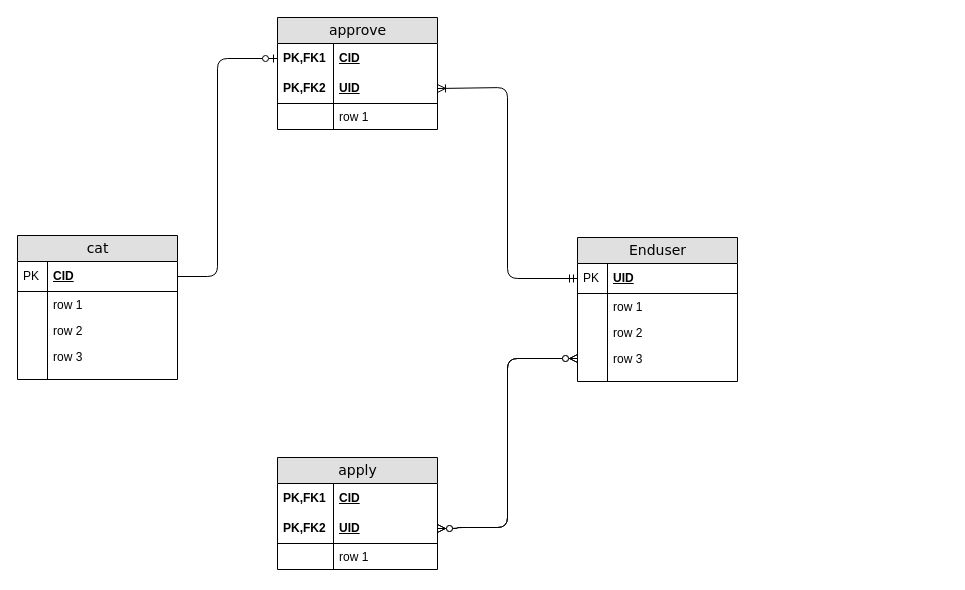
The draw.io diagram 未命名绘图.drawio in treetree17/Miao, before the edit. Source tidied: cells renumbered, new cells numbered last; positions are measured from the earlier drawing's top-left corner, leaving out a move shared by most shapes. Both pictures are drawn from the tidied source at 100%, with x=0, y=0 at pixel (17, 17).
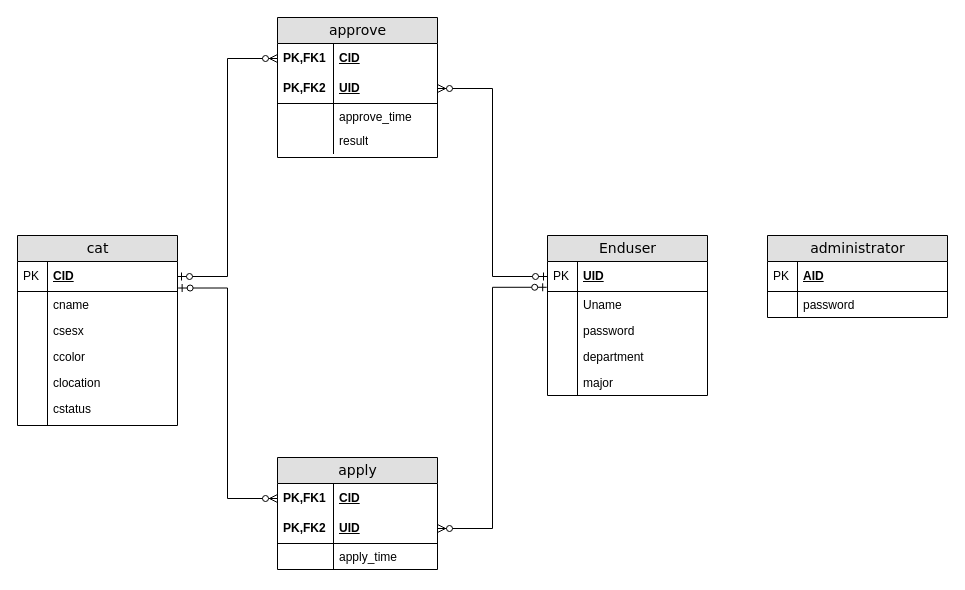
After the change.

Commit message (it also covers changes not shown here):
更新未命名绘图.drawio

Unchanged cells that the change refers to:
```xml
<mxCell id="3" value="CID" style="shape=partialRectangle;top=0;left=0;right=0;bottom=0;html=1;align=left;verticalAlign=middle;fillColor=none;spacingLeft=60;spacingRight=4;whiteSpace=wrap;overflow=hidden;points=[[0,0.5],[1,0.5]];portConstraint=eastwest;fontStyle=5;" parent="2" vertex="1">
  <mxGeometry y="26" width="160" height="30" as="geometry" />
</mxCell>
<mxCell id="5" value="UID" style="shape=partialRectangle;top=0;left=0;right=0;bottom=1;html=1;align=left;verticalAlign=middle;fillColor=none;spacingLeft=60;spacingRight=4;whiteSpace=wrap;overflow=hidden;points=[[0,0.5],[1,0.5]];portConstraint=eastwest;fontStyle=5;" parent="2" vertex="1">
  <mxGeometry y="56" width="160" height="30" as="geometry" />
</mxCell>
<mxCell id="10" value="UID" style="shape=partialRectangle;top=0;left=0;right=0;bottom=1;html=1;align=left;verticalAlign=middle;fillColor=none;spacingLeft=34;spacingRight=4;whiteSpace=wrap;overflow=hidden;points=[[0,0.5],[1,0.5]];portConstraint=eastwest;fontStyle=5;" parent="9" vertex="1">
  <mxGeometry y="26" width="160" height="30" as="geometry" />
</mxCell>
<mxCell id="20" value="apply" style="swimlane;html=1;fontStyle=0;horizontal=1;startSize=26;fillColor=#e0e0e0;swimlaneFillColor=#ffffff;align=center;rounded=0;shadow=0;comic=0;labelBackgroundColor=none;strokeWidth=1;fontFamily=Verdana;fontSize=14;" parent="1" vertex="1">
  <mxGeometry x="260" y="440" width="160" height="112" as="geometry" />
</mxCell>
<mxCell id="21" value="CID" style="shape=partialRectangle;top=0;left=0;right=0;bottom=0;html=1;align=left;verticalAlign=middle;fillColor=none;spacingLeft=60;spacingRight=4;whiteSpace=wrap;overflow=hidden;points=[[0,0.5],[1,0.5]];portConstraint=eastwest;fontStyle=5;" parent="20" vertex="1">
  <mxGeometry y="26" width="160" height="30" as="geometry" />
</mxCell>
<mxCell id="23" value="UID" style="shape=partialRectangle;top=0;left=0;right=0;bottom=1;html=1;align=left;verticalAlign=middle;fillColor=none;spacingLeft=60;spacingRight=4;whiteSpace=wrap;overflow=hidden;points=[[0,0.5],[1,0.5]];portConstraint=eastwest;fontStyle=5;" parent="20" vertex="1">
  <mxGeometry y="56" width="160" height="30" as="geometry" />
</mxCell>
<mxCell id="30" value="CID" style="shape=partialRectangle;top=0;left=0;right=0;bottom=1;html=1;align=left;verticalAlign=middle;fillColor=none;spacingLeft=34;spacingRight=4;whiteSpace=wrap;overflow=hidden;points=[[0,0.5],[1,0.5]];portConstraint=eastwest;fontStyle=5;" parent="29" vertex="1">
  <mxGeometry y="26" width="160" height="30" as="geometry" />
</mxCell>
```

What changed in the source:
```diff
@@
     <mxCell id="2" value="approve" style="swimlane;html=1;fontStyle=0;horizontal=1;startSize=26;fillColor=#e0e0e0;swimlaneFillColor=#ffffff;align=center;rounded=0;shadow=0;comic=0;labelBackgroundColor=none;strokeWidth=1;fontFamily=Verdana;fontSize=14;" parent="1" vertex="1">
-      <mxGeometry x="260" width="160" height="112" as="geometry" />
+      <mxGeometry x="260" width="160" height="140" as="geometry" />
     </mxCell>
@@
-    <mxCell id="7" value="row 1" style="shape=partialRectangle;top=0;left=0;right=0;bottom=0;html=1;align=left;verticalAlign=top;fillColor=none;spacingLeft=60;spacingRight=4;whiteSpace=wrap;overflow=hidden;" parent="2" vertex="1">
+    <mxCell id="7" value="approve_time&lt;span style=&quot;white-space: pre;&quot;&gt; &lt;/span&gt;&lt;span style=&quot;white-space: pre;&quot;&gt; &lt;/span&gt;&lt;span style=&quot;white-space: pre;&quot;&gt; &lt;/span&gt;&lt;span style=&quot;white-space: pre;&quot;&gt; &lt;/span&gt;&lt;span style=&quot;white-space: pre;&quot;&gt; &lt;/span&gt;&lt;span style=&quot;white-space: pre;&quot;&gt; &lt;/span&gt;&lt;span style=&quot;white-space: pre;&quot;&gt; &lt;/span&gt;&lt;span style=&quot;white-space: pre;&quot;&gt; &lt;/span&gt;&lt;span style=&quot;white-space: pre;&quot;&gt; &lt;/span&gt;&lt;span style=&quot;white-space: pre;&quot;&gt; &lt;/span&gt;&lt;span style=&quot;white-space: pre;&quot;&gt; &lt;/span&gt;&lt;span style=&quot;white-space: pre;&quot;&gt; &lt;/span&gt;&lt;span style=&quot;white-space: pre;&quot;&gt; &lt;/span&gt;&lt;span style=&quot;white-space: pre;&quot;&gt; &lt;/span&gt;&lt;span style=&quot;white-space: pre;&quot;&gt; &lt;/span&gt;&lt;span style=&quot;white-space: pre;&quot;&gt; &lt;/span&gt;&lt;span style=&quot;white-space: pre;&quot;&gt; &lt;/span&gt;&lt;span style=&quot;white-space: pre;&quot;&gt; &lt;/span&gt;&lt;span style=&quot;white-space: pre;&quot;&gt; &lt;/span&gt;&lt;span style=&quot;white-space: pre;&quot;&gt; &lt;/span&gt;&lt;span style=&quot;white-space: pre;&quot;&gt; &lt;/span&gt;&lt;span style=&quot;white-space: pre;&quot;&gt; &lt;/span&gt;&lt;span style=&quot;white-space: pre;&quot;&gt; &lt;/span&gt;&lt;span style=&quot;white-space: pre;&quot;&gt; &lt;/span&gt;&lt;span style=&quot;white-space: pre;&quot;&gt; &lt;/span&gt;&lt;span style=&quot;white-space: pre;&quot;&gt; &lt;/span&gt;&lt;span style=&quot;white-space: pre;&quot;&gt; &lt;/span&gt;&lt;span style=&quot;white-space: pre;&quot;&gt; &lt;/span&gt;&lt;span style=&quot;white-space: pre;&quot;&gt; &lt;/span&gt;" style="shape=partialRectangle;top=0;left=0;right=0;bottom=0;html=1;align=left;verticalAlign=top;fillColor=none;spacingLeft=60;spacingRight=4;whiteSpace=wrap;overflow=hidden;" parent="2" vertex="1">
       <mxGeometry y="86" width="160" height="26" as="geometry" />
     </mxCell>
@@
     <mxCell id="9" value="Enduser" style="swimlane;html=1;fontStyle=0;horizontal=1;startSize=26;fillColor=#e0e0e0;swimlaneFillColor=#ffffff;align=center;rounded=0;shadow=0;comic=0;labelBackgroundColor=none;strokeWidth=1;fontFamily=Verdana;fontSize=14;" parent="1" vertex="1">
-      <mxGeometry x="560" y="220" width="160" height="144" as="geometry" />
+      <mxGeometry x="530" y="218" width="160" height="160" as="geometry" />
     </mxCell>
@@
-    <mxCell id="12" value="row 1" style="shape=partialRectangle;top=0;left=0;right=0;bottom=0;html=1;align=left;verticalAlign=top;fillColor=none;spacingLeft=34;spacingRight=4;whiteSpace=wrap;overflow=hidden;" parent="9" vertex="1">
+    <mxCell id="12" value="Uname" style="shape=partialRectangle;top=0;left=0;right=0;bottom=0;html=1;align=left;verticalAlign=top;fillColor=none;spacingLeft=34;spacingRight=4;whiteSpace=wrap;overflow=hidden;" parent="9" vertex="1">
       <mxGeometry y="56" width="160" height="26" as="geometry" />
     </mxCell>
@@
-    <mxCell id="14" value="row 2" style="shape=partialRectangle;top=0;left=0;right=0;bottom=0;html=1;align=left;verticalAlign=top;fillColor=none;spacingLeft=34;spacingRight=4;whiteSpace=wrap;overflow=hidden;" parent="9" vertex="1">
+    <mxCell id="14" value="password" style="shape=partialRectangle;top=0;left=0;right=0;bottom=0;html=1;align=left;verticalAlign=top;fillColor=none;spacingLeft=34;spacingRight=4;whiteSpace=wrap;overflow=hidden;" parent="9" vertex="1">
       <mxGeometry y="82" width="160" height="26" as="geometry" />
     </mxCell>
@@
-    <mxCell id="16" value="row 3" style="shape=partialRectangle;top=0;left=0;right=0;bottom=0;html=1;align=left;verticalAlign=top;fillColor=none;spacingLeft=34;spacingRight=4;whiteSpace=wrap;overflow=hidden;points=[[0,0.5],[1,0.5]];portConstraint=eastwest;" parent="9" vertex="1">
+    <mxCell id="16" value="department" style="shape=partialRectangle;top=0;left=0;right=0;bottom=0;html=1;align=left;verticalAlign=top;fillColor=none;spacingLeft=34;spacingRight=4;whiteSpace=wrap;overflow=hidden;points=[[0,0.5],[1,0.5]];portConstraint=eastwest;" parent="9" vertex="1">
       <mxGeometry y="108" width="160" height="26" as="geometry" />
     </mxCell>
@@
-    <mxCell id="18" style="shape=partialRectangle;top=0;left=0;right=0;bottom=0;html=1;align=left;verticalAlign=top;fillColor=none;spacingLeft=34;spacingRight=4;whiteSpace=wrap;overflow=hidden;" parent="9" vertex="1">
-      <mxGeometry y="134" width="160" height="10" as="geometry" />
-    </mxCell>
-    <mxCell id="19" style="shape=partialRectangle;top=0;left=0;bottom=0;html=1;fillColor=none;align=left;verticalAlign=top;spacingLeft=4;spacingRight=4;whiteSpace=wrap;overflow=hidden;" parent="18" vertex="1">
-      <mxGeometry width="30" height="10" as="geometry" />
-    </mxCell>
+    <mxCell id="42" value="major" style="shape=partialRectangle;top=0;left=0;right=0;bottom=0;html=1;align=left;verticalAlign=top;fillColor=none;spacingLeft=34;spacingRight=4;whiteSpace=wrap;overflow=hidden;" parent="9" vertex="1">
+      <mxGeometry y="134" width="160" height="26" as="geometry" />
+    </mxCell>
+    <mxCell id="43" style="shape=partialRectangle;top=0;left=0;bottom=0;html=1;fillColor=none;align=left;verticalAlign=top;spacingLeft=4;spacingRight=4;whiteSpace=wrap;overflow=hidden;" parent="42" vertex="1">
+      <mxGeometry width="30" height="26" as="geometry" />
+    </mxCell>
@@
-    <mxCell id="25" value="row 1" style="shape=partialRectangle;top=0;left=0;right=0;bottom=0;html=1;align=left;verticalAlign=top;fillColor=none;spacingLeft=60;spacingRight=4;whiteSpace=wrap;overflow=hidden;" parent="20" vertex="1">
+    <mxCell id="25" value="apply_time" style="shape=partialRectangle;top=0;left=0;right=0;bottom=0;html=1;align=left;verticalAlign=top;fillColor=none;spacingLeft=60;spacingRight=4;whiteSpace=wrap;overflow=hidden;" parent="20" vertex="1">
       <mxGeometry y="86" width="160" height="26" as="geometry" />
     </mxCell>
@@
-    <mxCell id="27" style="edgeStyle=orthogonalEdgeStyle;html=1;endArrow=ERoneToMany;startArrow=ERmandOne;labelBackgroundColor=none;fontFamily=Verdana;fontSize=14;exitX=0;exitY=0.5;entryX=1;entryY=0.5;entryDx=0;entryDy=0;" parent="1" edge="1" source="10" target="5">
-      <mxGeometry relative="1" as="geometry">
-        <Array as="points">
-          <mxPoint x="490" y="261" />
-          <mxPoint x="490" y="70" />
-        </Array>
-      </mxGeometry>
-    </mxCell>
-    <mxCell id="28" style="edgeStyle=orthogonalEdgeStyle;html=1;endArrow=ERzeroToMany;endFill=1;startArrow=ERzeroToMany;labelBackgroundColor=none;fontFamily=Verdana;fontSize=14;entryX=0;entryY=0.5;exitX=1;exitY=0.5;exitDx=0;exitDy=0;" parent="1" edge="1" source="23" target="16">
-      <mxGeometry relative="1" as="geometry">
-        <Array as="points">
-          <mxPoint x="440" y="511" />
-          <mxPoint x="440" y="510" />
-          <mxPoint x="490" y="510" />
-          <mxPoint x="490" y="341" />
-        </Array>
-      </mxGeometry>
-    </mxCell>
     <mxCell id="29" value="cat" style="swimlane;html=1;fontStyle=0;horizontal=1;startSize=26;fillColor=#e0e0e0;swimlaneFillColor=#ffffff;align=center;rounded=0;shadow=0;comic=0;labelBackgroundColor=none;strokeWidth=1;fontFamily=Verdana;fontSize=14;" parent="1" vertex="1">
-      <mxGeometry y="218" width="160" height="144" as="geometry" />
+      <mxGeometry y="218" width="160" height="190" as="geometry" />
     </mxCell>
@@
-    <mxCell id="32" value="row 1" style="shape=partialRectangle;top=0;left=0;right=0;bottom=0;html=1;align=left;verticalAlign=top;fillColor=none;spacingLeft=34;spacingRight=4;whiteSpace=wrap;overflow=hidden;" parent="29" vertex="1">
+    <mxCell id="32" value="cname" style="shape=partialRectangle;top=0;left=0;right=0;bottom=0;html=1;align=left;verticalAlign=top;fillColor=none;spacingLeft=34;spacingRight=4;whiteSpace=wrap;overflow=hidden;" parent="29" vertex="1">
       <mxGeometry y="56" width="160" height="26" as="geometry" />
     </mxCell>
@@
-    <mxCell id="34" value="row 2" style="shape=partialRectangle;top=0;left=0;right=0;bottom=0;html=1;align=left;verticalAlign=top;fillColor=none;spacingLeft=34;spacingRight=4;whiteSpace=wrap;overflow=hidden;" parent="29" vertex="1">
+    <mxCell id="34" value="csesx" style="shape=partialRectangle;top=0;left=0;right=0;bottom=0;html=1;align=left;verticalAlign=top;fillColor=none;spacingLeft=34;spacingRight=4;whiteSpace=wrap;overflow=hidden;" parent="29" vertex="1">
       <mxGeometry y="82" width="160" height="26" as="geometry" />
     </mxCell>
@@
-    <mxCell id="36" value="row 3" style="shape=partialRectangle;top=0;left=0;right=0;bottom=0;html=1;align=left;verticalAlign=top;fillColor=none;spacingLeft=34;spacingRight=4;whiteSpace=wrap;overflow=hidden;" parent="29" vertex="1">
+    <mxCell id="36" value="ccolor" style="shape=partialRectangle;top=0;left=0;right=0;bottom=0;html=1;align=left;verticalAlign=top;fillColor=none;spacingLeft=34;spacingRight=4;whiteSpace=wrap;overflow=hidden;" parent="29" vertex="1">
       <mxGeometry y="108" width="160" height="26" as="geometry" />
     </mxCell>
@@
-    <mxCell id="38" style="shape=partialRectangle;top=0;left=0;right=0;bottom=0;html=1;align=left;verticalAlign=top;fillColor=none;spacingLeft=34;spacingRight=4;whiteSpace=wrap;overflow=hidden;" parent="29" vertex="1">
-      <mxGeometry y="134" width="160" height="10" as="geometry" />
-    </mxCell>
-    <mxCell id="39" style="shape=partialRectangle;top=0;left=0;bottom=0;html=1;fillColor=none;align=left;verticalAlign=top;spacingLeft=4;spacingRight=4;whiteSpace=wrap;overflow=hidden;" parent="38" vertex="1">
-      <mxGeometry width="30" height="10" as="geometry" />
-    </mxCell>
+    <mxCell id="44" value="clocation" style="shape=partialRectangle;top=0;left=0;right=0;bottom=0;html=1;align=left;verticalAlign=top;fillColor=none;spacingLeft=34;spacingRight=4;whiteSpace=wrap;overflow=hidden;" parent="29" vertex="1">
+      <mxGeometry y="134" width="160" height="26" as="geometry" />
+    </mxCell>
+    <mxCell id="45" style="shape=partialRectangle;top=0;left=0;bottom=0;html=1;fillColor=none;align=left;verticalAlign=top;spacingLeft=4;spacingRight=4;whiteSpace=wrap;overflow=hidden;" parent="44" vertex="1">
+      <mxGeometry width="30" height="26" as="geometry" />
+    </mxCell>
+    <mxCell id="46" value="cstatus" style="shape=partialRectangle;top=0;left=0;right=0;bottom=0;html=1;align=left;verticalAlign=top;fillColor=none;spacingLeft=34;spacingRight=4;whiteSpace=wrap;overflow=hidden;" parent="29" vertex="1">
+      <mxGeometry y="160" width="160" height="30" as="geometry" />
+    </mxCell>
+    <mxCell id="47" style="shape=partialRectangle;top=0;left=0;bottom=0;html=1;fillColor=none;align=left;verticalAlign=top;spacingLeft=4;spacingRight=4;whiteSpace=wrap;overflow=hidden;" parent="46" vertex="1">
+      <mxGeometry width="30" height="30" as="geometry" />
+    </mxCell>
+    <mxCell id="48" style="edgeStyle=orthogonalEdgeStyle;fontSize=12;html=1;endArrow=ERzeroToMany;startArrow=ERzeroToOne;rounded=0;elbow=vertical;exitX=1.004;exitY=0.884;exitDx=0;exitDy=0;exitPerimeter=0;" parent="1" edge="1" source="30" target="21">
+      <mxGeometry relative="1" as="geometry" />
+    </mxCell>
-    <mxCell id="40" style="edgeStyle=orthogonalEdgeStyle;html=1;endArrow=ERzeroToOne;endFill=1;labelBackgroundColor=none;fontFamily=Verdana;fontSize=14;entryX=0;entryY=0.5;exitX=1;exitY=0.5;" parent="1" edge="1" source="30" target="3">
-      <mxGeometry relative="1" as="geometry">
-        <Array as="points">
-          <mxPoint x="200" y="259" />
-          <mxPoint x="200" y="41" />
-        </Array>
-      </mxGeometry>
+    <mxCell id="40" style="edgeStyle=orthogonalEdgeStyle;fontSize=12;html=1;endArrow=ERzeroToMany;startArrow=ERzeroToOne;rounded=0;elbow=vertical;entryX=0;entryY=0.5;entryDx=0;entryDy=0;" parent="1" edge="1" source="30" target="3">
+      <mxGeometry relative="1" as="geometry" />
     </mxCell>
-    <mxCell id="41" style="edgeStyle=orthogonalEdgeStyle;html=1;endArrow=ERzeroToMany;endFill=1;startArrow=ERzeroToMany;labelBackgroundColor=none;fontFamily=Verdana;fontSize=14;entryX=0;entryY=0.5;exitX=1;exitY=0.5;exitDx=0;exitDy=0;" parent="1" edge="1">
-      <mxGeometry relative="1" as="geometry">
-        <mxPoint x="420" y="511" as="sourcePoint" />
-        <mxPoint x="560" y="341" as="targetPoint" />
-        <Array as="points">
-          <mxPoint x="440" y="511" />
-          <mxPoint x="440" y="510" />
-          <mxPoint x="490" y="510" />
-          <mxPoint x="490" y="341" />
-        </Array>
-      </mxGeometry>
-    </mxCell>
+    <mxCell id="27" style="edgeStyle=orthogonalEdgeStyle;fontSize=12;html=1;endArrow=ERzeroToMany;startArrow=ERzeroToOne;rounded=0;elbow=vertical;entryX=1;entryY=0.5;entryDx=0;entryDy=0;" parent="1" edge="1" source="10" target="5">
+      <mxGeometry relative="1" as="geometry" />
+    </mxCell>
+    <mxCell id="49" style="edgeStyle=orthogonalEdgeStyle;fontSize=12;html=1;endArrow=ERzeroToMany;startArrow=ERzeroToOne;rounded=0;elbow=vertical;entryX=1;entryY=0.5;entryDx=0;entryDy=0;exitX=-0.005;exitY=0.859;exitDx=0;exitDy=0;exitPerimeter=0;" parent="1" edge="1" source="10" target="23">
+      <mxGeometry relative="1" as="geometry" />
+    </mxCell>
+    <mxCell id="50" value="administrator" style="swimlane;html=1;fontStyle=0;horizontal=1;startSize=26;fillColor=#e0e0e0;swimlaneFillColor=#ffffff;align=center;rounded=0;shadow=0;comic=0;labelBackgroundColor=none;strokeWidth=1;fontFamily=Verdana;fontSize=14;" parent="1" vertex="1">
+      <mxGeometry x="750" y="218" width="180" height="82" as="geometry" />
+    </mxCell>
+    <mxCell id="51" value="AID" style="shape=partialRectangle;top=0;left=0;right=0;bottom=1;html=1;align=left;verticalAlign=middle;fillColor=none;spacingLeft=34;spacingRight=4;whiteSpace=wrap;overflow=hidden;fontStyle=5;" parent="50" vertex="1">
+      <mxGeometry y="26" width="180" height="30" as="geometry" />
+    </mxCell>
+    <mxCell id="52" value="PK" style="shape=partialRectangle;top=0;left=0;bottom=0;html=1;fillColor=none;align=left;verticalAlign=middle;spacingLeft=4;spacingRight=4;whiteSpace=wrap;overflow=hidden;" parent="51" vertex="1">
+      <mxGeometry width="30" height="30" as="geometry" />
+    </mxCell>
+    <mxCell id="53" value="password" style="shape=partialRectangle;top=0;left=0;right=0;bottom=0;html=1;align=left;verticalAlign=top;fillColor=none;spacingLeft=34;spacingRight=4;whiteSpace=wrap;overflow=hidden;" parent="50" vertex="1">
+      <mxGeometry y="56" width="180" height="26" as="geometry" />
+    </mxCell>
+    <mxCell id="54" style="shape=partialRectangle;top=0;left=0;bottom=0;html=1;fillColor=none;align=left;verticalAlign=top;spacingLeft=4;spacingRight=4;whiteSpace=wrap;overflow=hidden;" parent="53" vertex="1">
+      <mxGeometry width="30" height="26" as="geometry" />
+    </mxCell>
+    <mxCell id="55" value="result" style="shape=partialRectangle;top=0;left=0;right=0;bottom=0;html=1;align=left;verticalAlign=top;fillColor=none;spacingLeft=60;spacingRight=4;whiteSpace=wrap;overflow=hidden;" parent="1" vertex="1">
+      <mxGeometry x="260" y="110" width="160" height="26" as="geometry" />
+    </mxCell>
+    <mxCell id="56" style="shape=partialRectangle;top=0;left=0;bottom=0;html=1;fillColor=none;align=left;verticalAlign=top;spacingLeft=4;spacingRight=4;whiteSpace=wrap;overflow=hidden;" parent="55" vertex="1">
+      <mxGeometry width="56" height="26" as="geometry" />
+    </mxCell>
```
